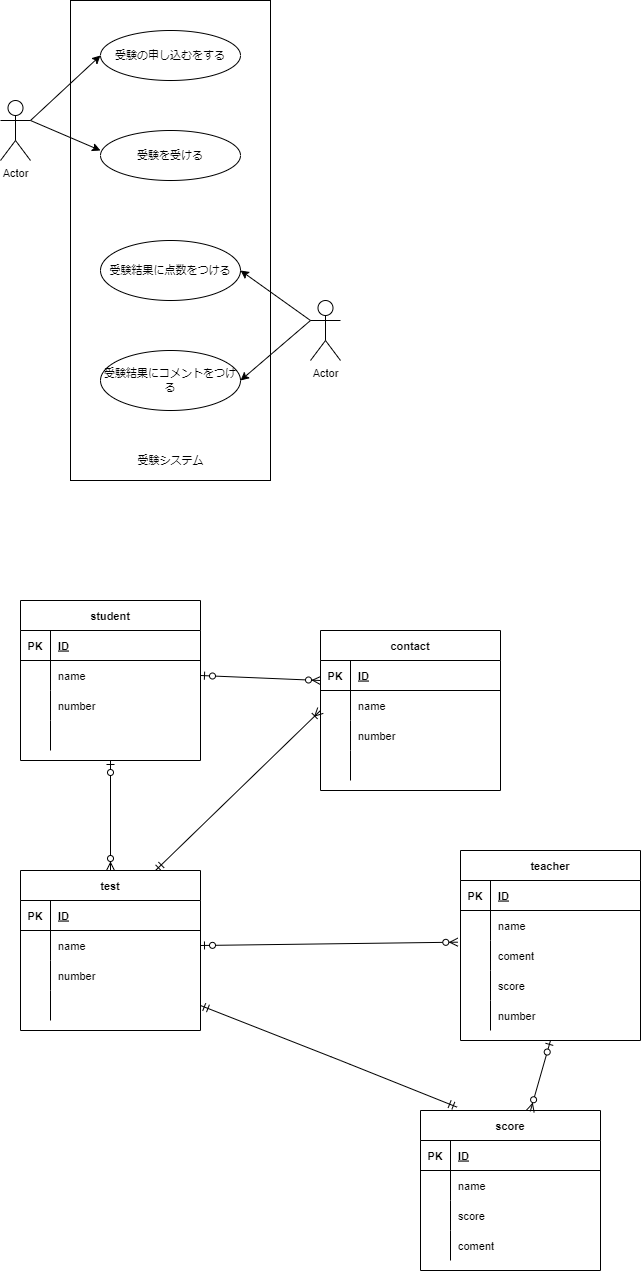
Above: .drawio.png in yuumaonodera/php.drawio (draw.io), before the change. Source tidied: cells renumbered, new cells last; positions are measured from the earlier drawing's top-left corner, leaving out a move shared by most shapes.
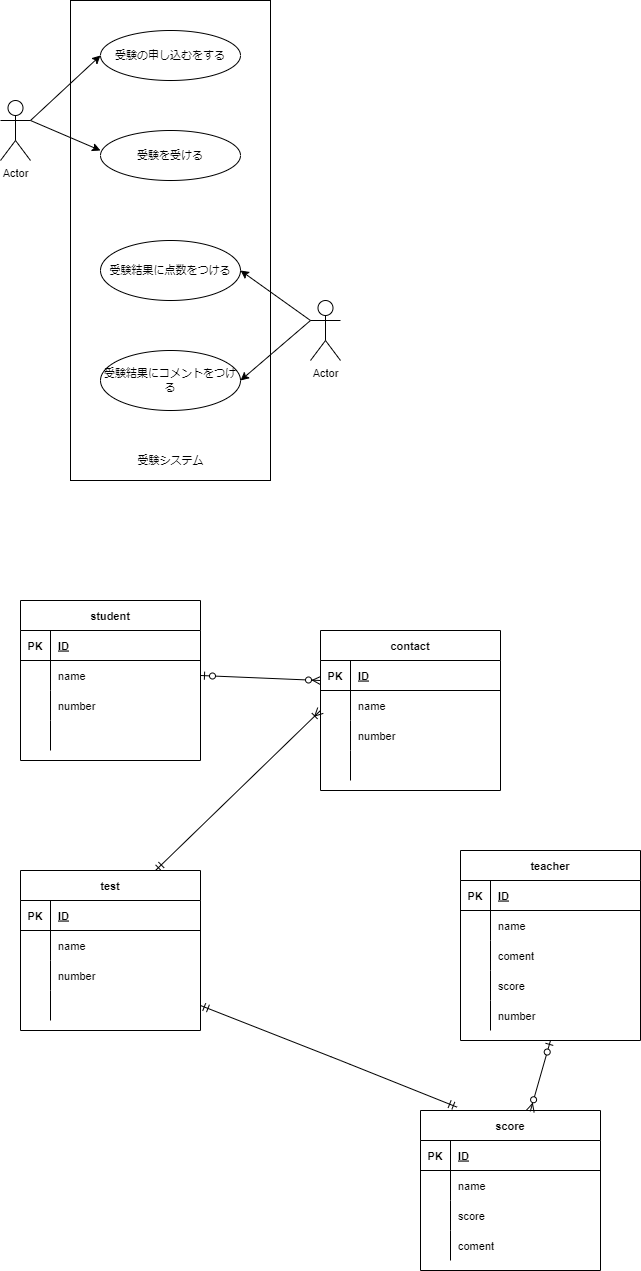
The same diagram one commit later.

Change to the diagram source:
```diff
@@ -249,15 +249,9 @@
     <mxCell id="82" value="number" style="shape=partialRectangle;fillColor=none;top=0;left=0;bottom=0;right=0;align=left;spacingLeft=6;overflow=hidden;fontFamily=Helvetica;fontSize=11;" parent="80" vertex="1">
       <mxGeometry x="30" width="150" height="30" as="geometry" />
     </mxCell>
-    <mxCell id="83" style="fontSize=12;html=1;endArrow=ERzeroToMany;startArrow=ERzeroToOne;fontFamily=Helvetica;entryX=-0.015;entryY=0.056;entryDx=0;entryDy=0;entryPerimeter=0;exitX=1;exitY=0.5;exitDx=0;exitDy=0;" parent="1" edge="1" source="44" target="74">
-      <mxGeometry relative="1" as="geometry" />
-    </mxCell>
     <mxCell id="84" style="fontSize=12;html=1;endArrow=ERzeroToMany;startArrow=ERzeroToOne;fontFamily=Helvetica;entryX=0.61;entryY=0.005;entryDx=0;entryDy=0;entryPerimeter=0;exitX=0.5;exitY=1;exitDx=0;exitDy=0;" parent="1" edge="1" source="67" target="54">
       <mxGeometry relative="1" as="geometry" />
     </mxCell>
-    <mxCell id="85" style="fontSize=12;html=1;endArrow=ERzeroToMany;startArrow=ERzeroToOne;fontFamily=Helvetica;exitX=0.5;exitY=1;exitDx=0;exitDy=0;entryX=0.5;entryY=0;entryDx=0;entryDy=0;" parent="1" edge="1" source="14" target="40">
-      <mxGeometry relative="1" as="geometry" />
-    </mxCell>
     <mxCell id="86" style="fontSize=12;html=1;endArrow=ERmandOne;startArrow=ERmandOne;fontFamily=Helvetica;exitX=1;exitY=0.5;exitDx=0;exitDy=0;entryX=0.203;entryY=-0.021;entryDx=0;entryDy=0;entryPerimeter=0;" parent="1" edge="1" source="50" target="54">
       <mxGeometry relative="1" as="geometry">
         <Array as="points">
```
